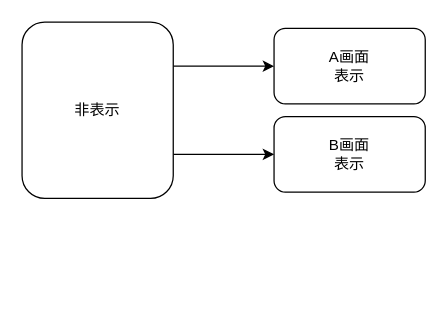
Above: Drawio/test2.drawio in shingo-fukamatsu/AsciiDoc_plantUML (draw.io), before the change. Source tidied: cells renumbered, new cells numbered last; positions are measured from the earlier drawing's top-left corner, leaving out a move shared by most shapes. Both pictures are drawn from the tidied source at 126%, with x=0, y=0 at pixel (21, 21).
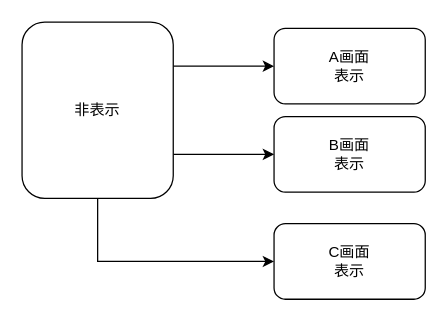
The same page after the edit.

Commit message:
test2.drawio を更新します

What changed in the source:
```diff
@@
 <mxGraphModel>
   <root>
     <mxCell id="0" />
     <mxCell id="1" parent="0" />
     <mxCell id="2" style="edgeStyle=orthogonalEdgeStyle;rounded=0;jettySize=auto;html=1;exitX=1;exitY=0.25;exitDx=0;exitDy=0;entryX=0;entryY=0.5;entryDx=0;entryDy=0;" parent="1" edge="1" source="4" target="5">
       <mxGeometry relative="1" as="geometry" />
     </mxCell>
     <mxCell id="3" style="edgeStyle=orthogonalEdgeStyle;rounded=0;jettySize=auto;html=1;exitX=1;exitY=0.75;exitDx=0;exitDy=0;entryX=0;entryY=0.5;entryDx=0;entryDy=0;" parent="1" edge="1" source="4" target="6">
       <mxGeometry relative="1" as="geometry" />
     </mxCell>
+    <mxCell id="7" style="edgeStyle=orthogonalEdgeStyle;rounded=0;jettySize=auto;html=1;exitX=0.5;exitY=1;exitDx=0;exitDy=0;entryX=0;entryY=0.5;entryDx=0;entryDy=0;" parent="1" edge="1" source="4" target="8">
+      <mxGeometry relative="1" as="geometry" />
+    </mxCell>
     <mxCell id="4" value="非表示" style="rounded=1;whiteSpace=wrap;html=1;" parent="1" vertex="1">
       <mxGeometry width="120" height="140" as="geometry" />
     </mxCell>
     <mxCell id="5" value="&lt;div&gt;A画面&lt;/div&gt;表示" style="rounded=1;whiteSpace=wrap;html=1;" parent="1" vertex="1">
       <mxGeometry x="200" y="5" width="120" height="60" as="geometry" />
     </mxCell>
     <mxCell id="6" value="&lt;div&gt;B画面&lt;/div&gt;表示" style="rounded=1;whiteSpace=wrap;html=1;" parent="1" vertex="1">
       <mxGeometry x="200" y="75" width="120" height="60" as="geometry" />
     </mxCell>
+    <mxCell id="8" value="&lt;div&gt;C画面&lt;/div&gt;表示" style="rounded=1;whiteSpace=wrap;html=1;" parent="1" vertex="1">
+      <mxGeometry x="200" y="160" width="120" height="60" as="geometry" />
+    </mxCell>
   </root>
 </mxGraphModel>
```
